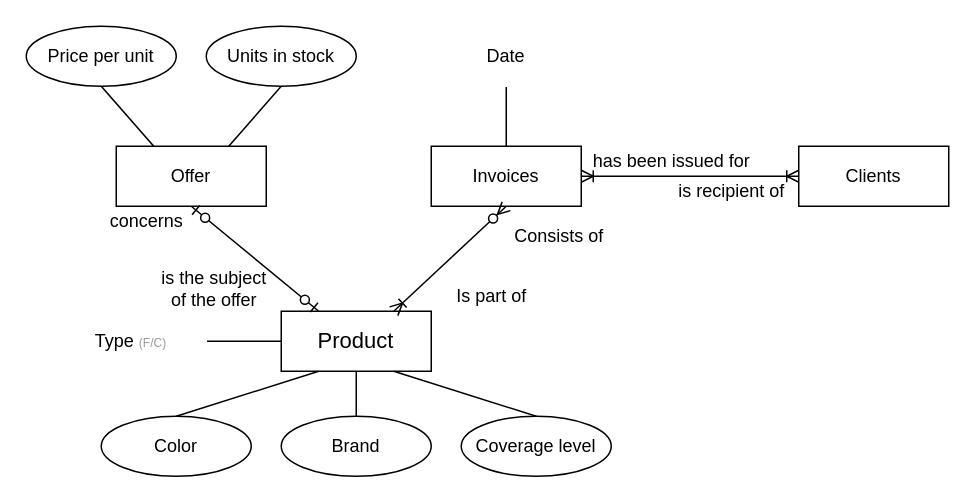
Lukasz-Pawlak/projekt_bazy keeps this draw.io diagram as concept_v2.drawio. Above is the earlier version. Source tidied: cells renumbered, new cells numbered last; positions are measured from the earlier drawing's top-left corner, leaving out a move shared by most shapes. Both pictures are drawn from the tidied source at 150%, with x=0, y=0 at pixel (26, 26).
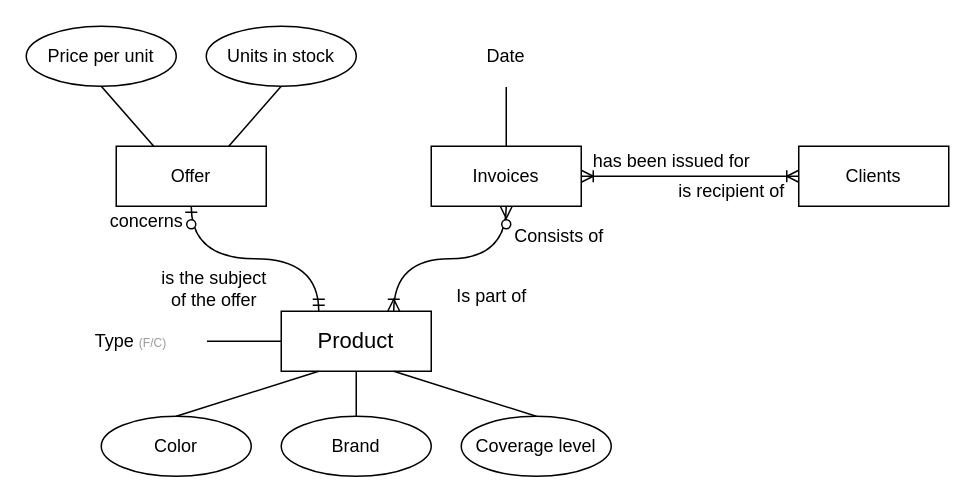
After the change.

Unchanged cells that the change refers to:
```xml
<mxCell id="2" value="Invoices" style="rounded=0;arcSize=10;whiteSpace=wrap;html=1;align=center;" parent="1" vertex="1">
  <mxGeometry x="270" y="80" width="100" height="40" as="geometry" />
</mxCell>
<mxCell id="4" value="Offer" style="rounded=0;arcSize=10;whiteSpace=wrap;html=1;align=center;" parent="1" vertex="1">
  <mxGeometry x="60" y="80" width="100" height="40" as="geometry" />
</mxCell>
<mxCell id="5" value="&lt;span lang=&quot;PL&quot; style=&quot;font-size: 11.0pt ; line-height: 107% ; font-family: &amp;#34;calibri&amp;#34; , sans-serif&quot;&gt;Product&lt;/span&gt;" style="rounded=0;arcSize=10;whiteSpace=wrap;html=1;align=center;" parent="1" vertex="1">
  <mxGeometry x="170" y="190" width="100" height="40" as="geometry" />
</mxCell>
```

Change to the diagram source:
```diff
@@
-    <mxCell id="17" style="fontSize=12;html=1;endArrow=ERzeroToOne;startArrow=ERzeroToOne;entryX=0.5;entryY=1;entryDx=0;entryDy=0;exitX=0.25;exitY=0;exitDx=0;exitDy=0;startFill=1;" parent="1" edge="1" source="5" target="4">
+    <mxCell id="17" style="fontSize=12;html=1;endArrow=ERzeroToOne;startArrow=ERmandOne;entryX=0.5;entryY=1;entryDx=0;entryDy=0;exitX=0.25;exitY=0;exitDx=0;exitDy=0;startFill=0;edgeStyle=orthogonalEdgeStyle;curved=1;" parent="1" edge="1" source="5" target="4">
       <mxGeometry relative="1" as="geometry" />
     </mxCell>
@@
-    <mxCell id="24" style="fontSize=12;html=1;endArrow=ERzeroToMany;startArrow=ERoneToMany;startFill=0;endFill=1;exitX=0.75;exitY=0;exitDx=0;exitDy=0;entryX=0.5;entryY=1;entryDx=0;entryDy=0;" parent="1" edge="1" source="5" target="2">
+    <mxCell id="24" style="fontSize=12;html=1;endArrow=ERzeroToMany;startArrow=ERoneToMany;startFill=0;endFill=1;exitX=0.75;exitY=0;exitDx=0;exitDy=0;entryX=0.5;entryY=1;entryDx=0;entryDy=0;edgeStyle=orthogonalEdgeStyle;curved=1;" parent="1" edge="1" source="5" target="2">
       <mxGeometry relative="1" as="geometry" />
     </mxCell>
```
